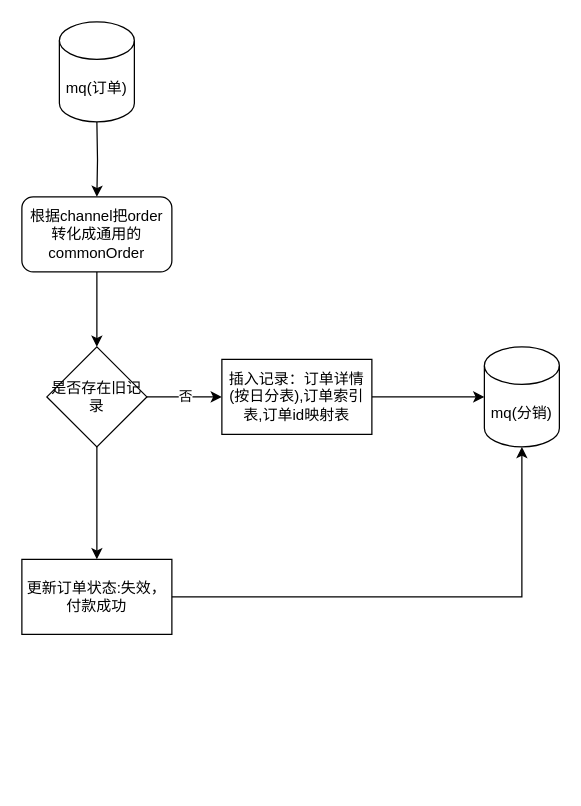
This is miyuan/消费订单.drawio from smallleaf/draw.io, a draw.io file, before an edit. Source tidied: cells renumbered, new cells numbered last; positions are measured from the earlier drawing's top-left corner, leaving out a move shared by most shapes. Both pictures are drawn from the tidied source at 125%, with x=0, y=0 at pixel (21, 21).
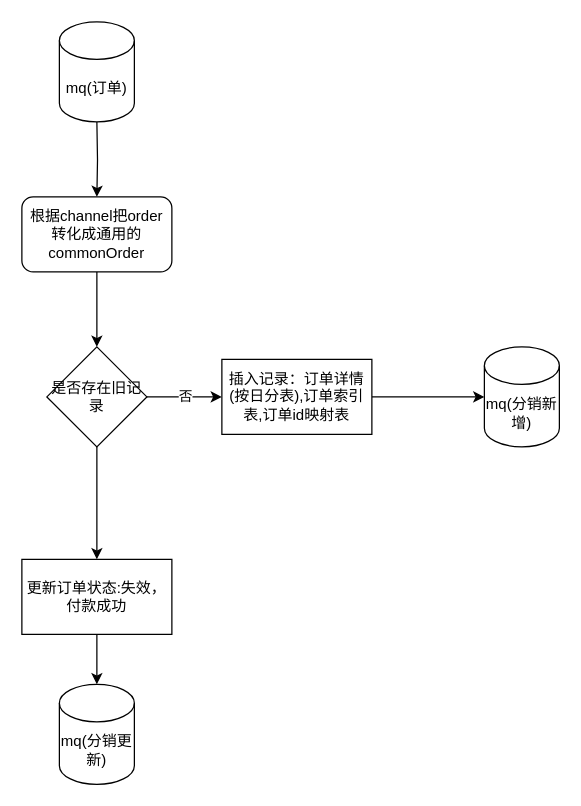
The same diagram, later.

Commit message (it also covers changes not shown here):
更新消费订单.drawio

What changed in the source:
```diff
@@
 <mxGraphModel>
   <root>
     <mxCell id="0" />
     <mxCell id="1" parent="0" />
     <mxCell id="2" style="edgeStyle=orthogonalEdgeStyle;rounded=0;jettySize=auto;html=1;" parent="1" edge="1" target="4">
       <mxGeometry relative="1" as="geometry">
         <mxPoint x="60" y="80" as="sourcePoint" />
       </mxGeometry>
     </mxCell>
     <mxCell id="3" style="edgeStyle=orthogonalEdgeStyle;rounded=0;jettySize=auto;html=1;" parent="1" edge="1" source="4" target="8">
       <mxGeometry relative="1" as="geometry" />
     </mxCell>
     <mxCell id="4" value="根据channel把order转化成通用的commonOrder" style="rounded=1;whiteSpace=wrap;html=1;" parent="1" vertex="1">
       <mxGeometry y="140" width="120" height="60" as="geometry" />
     </mxCell>
     <mxCell id="5" style="edgeStyle=orthogonalEdgeStyle;rounded=0;jettySize=auto;html=1;" parent="1" edge="1" source="8" target="10">
       <mxGeometry relative="1" as="geometry" />
     </mxCell>
     <mxCell id="6" value="否" style="edgeLabel;html=1;align=center;verticalAlign=middle;" parent="5" vertex="1">
       <mxGeometry y="1" relative="1" as="geometry" />
     </mxCell>
     <mxCell id="7" style="edgeStyle=orthogonalEdgeStyle;rounded=0;jettySize=auto;html=1;" parent="1" edge="1" source="8" target="13">
       <mxGeometry relative="1" as="geometry" />
     </mxCell>
     <mxCell id="8" value="是否存在旧记录" style="rhombus;whiteSpace=wrap;html=1;" parent="1" vertex="1">
       <mxGeometry x="20" y="260" width="80" height="80" as="geometry" />
     </mxCell>
     <mxCell id="9" style="edgeStyle=orthogonalEdgeStyle;rounded=0;jettySize=auto;html=1;exitX=1;exitY=0.5;exitDx=0;exitDy=0;" parent="1" edge="1" source="10" target="11">
       <mxGeometry relative="1" as="geometry" />
     </mxCell>
     <mxCell id="10" value="插入记录：订单详情(按日分表),订单索引表,订单id映射表" style="whiteSpace=wrap;html=1;" parent="1" vertex="1">
       <mxGeometry x="160" y="270" width="120" height="60" as="geometry" />
     </mxCell>
-    <mxCell id="11" value="mq(分销)" style="shape=cylinder3;whiteSpace=wrap;html=1;boundedLbl=1;backgroundOutline=1;size=15;" parent="1" vertex="1">
+    <mxCell id="11" value="mq(分销新增)" style="shape=cylinder3;whiteSpace=wrap;html=1;boundedLbl=1;backgroundOutline=1;size=15;" parent="1" vertex="1">
       <mxGeometry x="370" y="260" width="60" height="80" as="geometry" />
     </mxCell>
     <mxCell id="12" value="mq(订单)" style="shape=cylinder3;whiteSpace=wrap;html=1;boundedLbl=1;backgroundOutline=1;size=15;" parent="1" vertex="1">
       <mxGeometry x="30" width="60" height="80" as="geometry" />
     </mxCell>
     <mxCell id="13" value="更新订单状态:失效，付款成功" style="whiteSpace=wrap;html=1;" parent="1" vertex="1">
       <mxGeometry y="430" width="120" height="60" as="geometry" />
     </mxCell>
-    <mxCell id="14" style="edgeStyle=orthogonalEdgeStyle;rounded=0;jettySize=auto;html=1;exitX=1;exitY=0.5;exitDx=0;exitDy=0;entryX=0.5;entryY=1;entryDx=0;entryDy=0;entryPerimeter=0;" parent="1" edge="1" source="13" target="11">
-      <mxGeometry relative="1" as="geometry" />
-    </mxCell>
+    <mxCell id="15" value="mq(分销更新)" style="shape=cylinder3;whiteSpace=wrap;html=1;boundedLbl=1;backgroundOutline=1;size=15;" parent="1" vertex="1">
+      <mxGeometry x="30" y="530" width="60" height="80" as="geometry" />
+    </mxCell>
+    <mxCell id="16" style="edgeStyle=orthogonalEdgeStyle;rounded=0;jettySize=auto;html=1;exitX=0.5;exitY=1;exitDx=0;exitDy=0;entryX=0.5;entryY=0;entryDx=0;entryDy=0;entryPerimeter=0;" parent="1" edge="1" source="13" target="15">
+      <mxGeometry relative="1" as="geometry" />
+    </mxCell>
   </root>
 </mxGraphModel>
```
